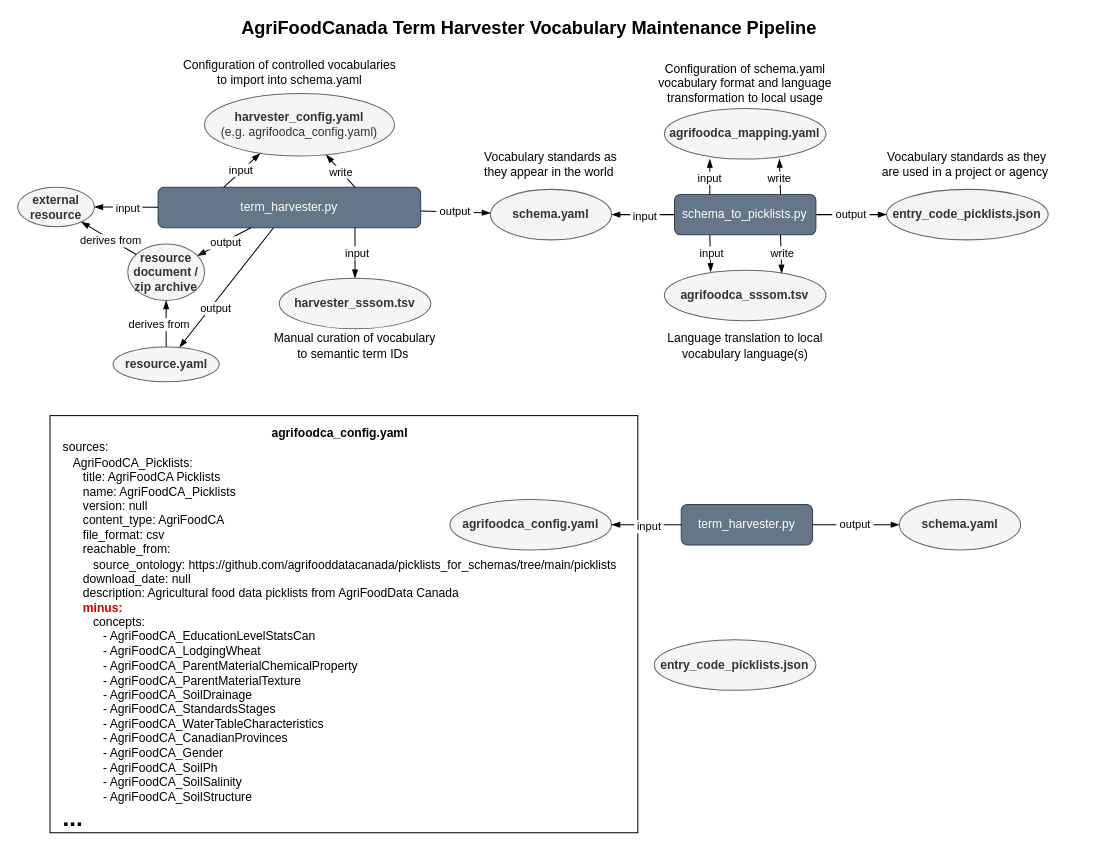
This is page "operational flowchart" (1 of 2) of docs/term_harvester.drawio from ClimateSmartAgCollab/term-harvester, a draw.io file, before an edit. Source tidied: cells renumbered, new cells numbered last; positions are measured from the earlier drawing's top-left corner, leaving out a move shared by most shapes. Both pictures are drawn from the tidied source at 101%, with x=0, y=0 at pixel (17, 18).
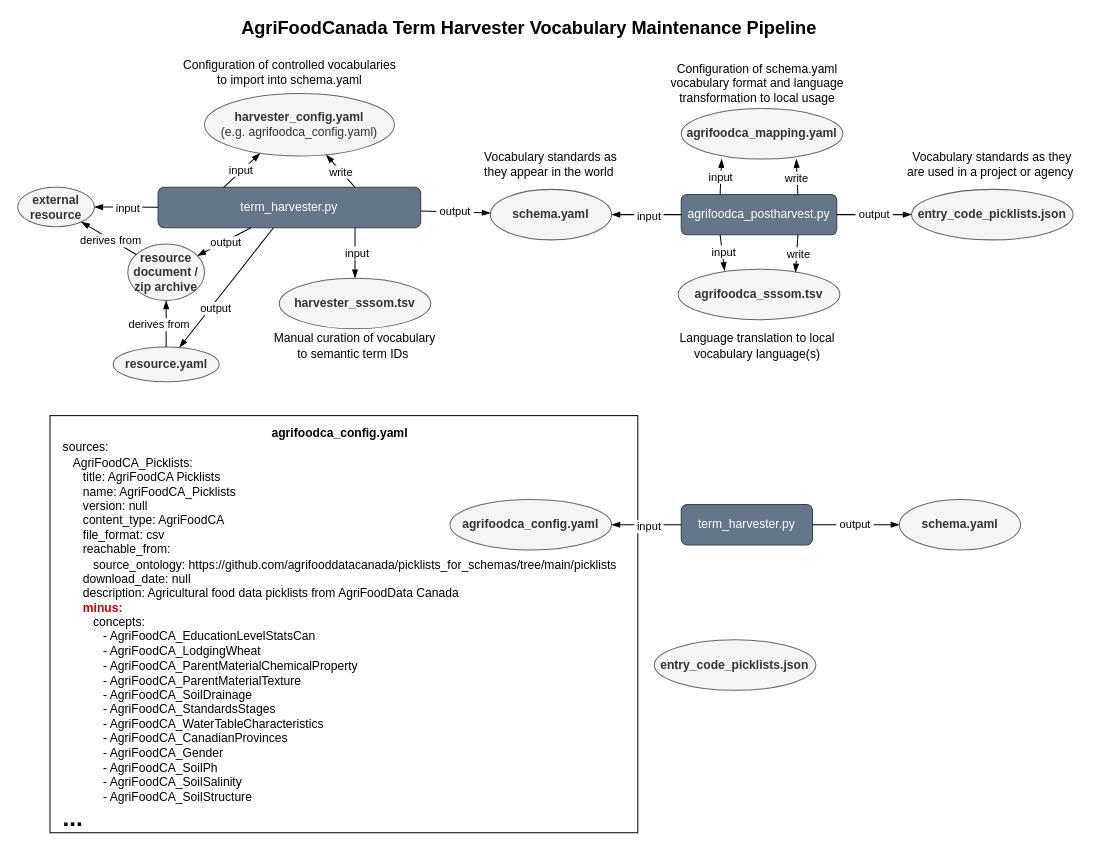
The same page after the edit.

Commit message:
workflow tweak

Diff of the diagram source:
```diff
@@
     <mxCell id="5" value="agrifoodca_sssom.tsv" style="ellipse;whiteSpace=wrap;html=1;fontStyle=1;fillColor=#f5f5f5;fontColor=#333333;strokeColor=#666666;" parent="1" vertex="1">
-      <mxGeometry x="640.3" y="249" width="160" height="50" as="geometry" />
+      <mxGeometry x="654" y="248" width="160" height="50" as="geometry" />
     </mxCell>
     <mxCell id="6" value="agrifoodca_mapping.yaml" style="ellipse;whiteSpace=wrap;html=1;fontStyle=1;fillColor=#f5f5f5;fontColor=#333333;strokeColor=#666666;" parent="1" vertex="1">
-      <mxGeometry x="640.3" y="89" width="160" height="50" as="geometry" />
+      <mxGeometry x="657" y="89" width="160" height="50" as="geometry" />
     </mxCell>
     <mxCell id="7" value="entry_code_picklists.json" style="ellipse;whiteSpace=wrap;html=1;fontStyle=1;fillColor=#f5f5f5;fontColor=#333333;strokeColor=#666666;" parent="1" vertex="1">
-      <mxGeometry x="860.3" y="169" width="160" height="50" as="geometry" />
+      <mxGeometry x="885" y="169" width="160" height="50" as="geometry" />
     </mxCell>
-    <mxCell id="8" value="schema_to_picklists.py" style="rounded=1;whiteSpace=wrap;html=1;fillColor=#647687;fontColor=#ffffff;strokeColor=#314354;" parent="1" vertex="1">
-      <mxGeometry x="650.3" y="174" width="140" height="40" as="geometry" />
+    <mxCell id="8" value="agrifoodca_postharvest.py" style="rounded=1;whiteSpace=wrap;html=1;fillColor=#647687;fontColor=#ffffff;strokeColor=#314354;" parent="1" vertex="1">
+      <mxGeometry x="657" y="174" width="154" height="40" as="geometry" />
     </mxCell>
@@
     <mxCell id="22" value="Vocabulary standards as they are used in a project or agency&amp;nbsp;" style="text;html=1;strokeColor=none;fillColor=none;align=center;verticalAlign=middle;whiteSpace=wrap;rounded=0;" parent="1" vertex="1">
-      <mxGeometry x="850.3" y="129" width="180" height="30" as="geometry" />
+      <mxGeometry x="875" y="129" width="180" height="30" as="geometry" />
     </mxCell>
     <mxCell id="23" style="endArrow=blockThin;html=1;rounded=0;endFill=1;exitX=0.25;exitY=0;exitDx=0;exitDy=0;" parent="1" edge="1" source="8">
       <mxGeometry relative="1" as="geometry">
-        <mxPoint x="685.3" y="139" as="targetPoint" />
+        <mxPoint x="697" y="139" as="targetPoint" />
       </mxGeometry>
     </mxCell>
@@
     <mxCell id="32" value="Configuration of schema.yaml vocabulary format and language transformation to local usage" style="text;html=1;strokeColor=none;fillColor=none;align=center;verticalAlign=middle;whiteSpace=wrap;rounded=0;" parent="1" vertex="1">
-      <mxGeometry x="622.8" y="49" width="195" height="30" as="geometry" />
+      <mxGeometry x="634.5" y="49" width="195" height="30" as="geometry" />
     </mxCell>
     <mxCell id="33" value="Language translation to local vocabulary language(s)" style="text;html=1;strokeColor=none;fillColor=none;align=center;verticalAlign=middle;whiteSpace=wrap;rounded=0;" parent="1" vertex="1">
-      <mxGeometry x="622.8" y="309" width="195" height="30" as="geometry" />
+      <mxGeometry x="634.5" y="309" width="195" height="30" as="geometry" />
     </mxCell>
```
